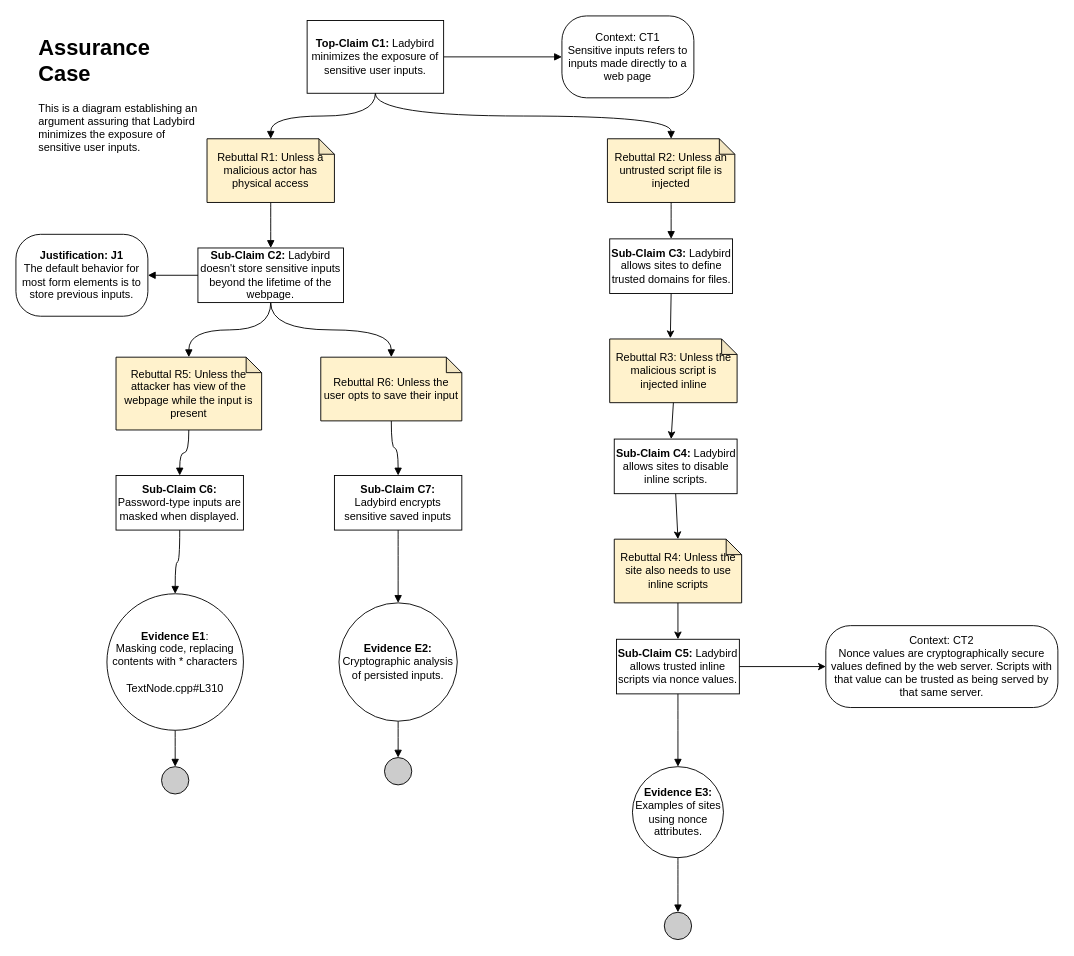
This is docs/assurance_cases/Protect_User_Inputs_Assurance_Case.drawio from chauler/CYBR8420-Team5-Project, a draw.io file, before an edit. Source tidied: cells renumbered, new cells numbered last; positions are measured from the earlier drawing's top-left corner, leaving out a move shared by most shapes. Both pictures are drawn from the tidied source at 91%, with x=0, y=0 at pixel (15, 15).
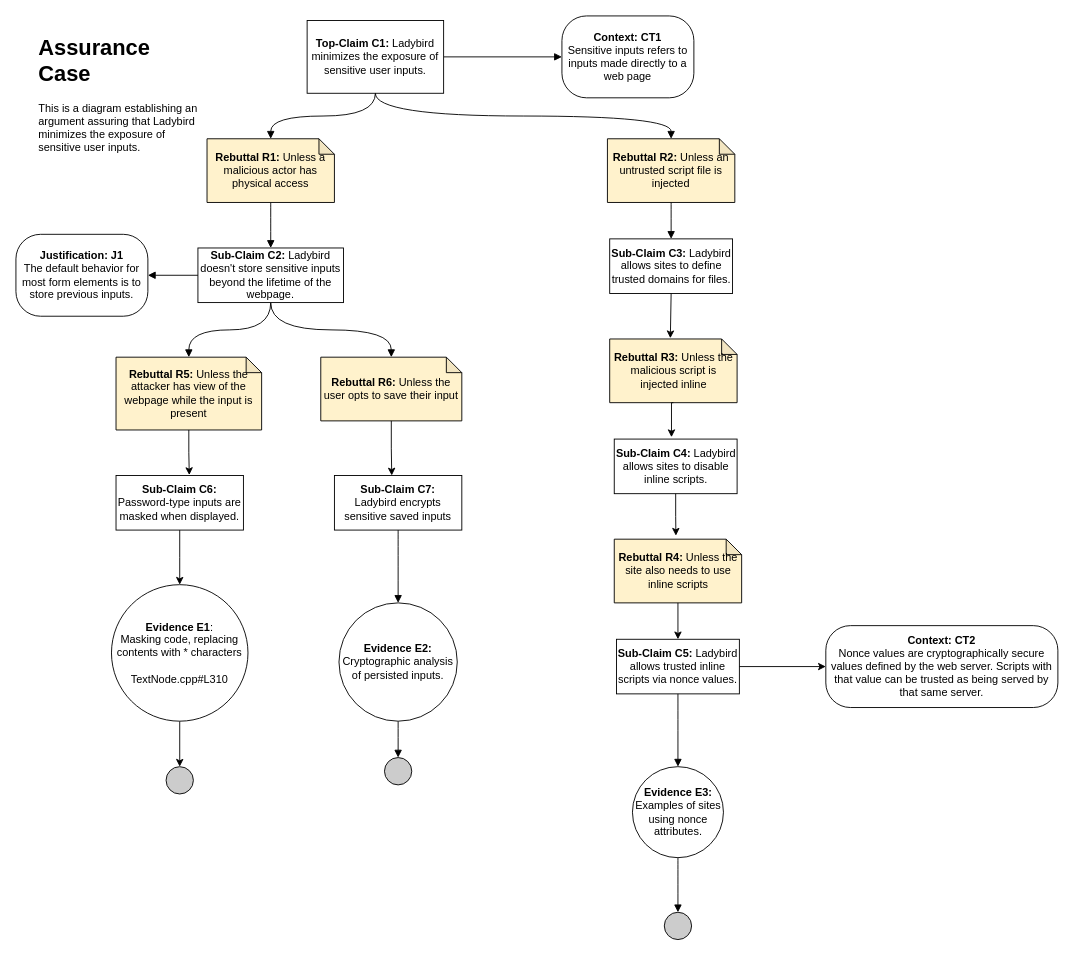
The same diagram, later.

Unchanged cells that the change refers to:
```xml
<mxCell id="17" value="&lt;div&gt;&lt;b&gt;Sub-Claim C6:&lt;/b&gt;&lt;/div&gt;&lt;div&gt;Password-type inputs are masked when displayed.&lt;/div&gt;" style="rounded=0;whiteSpace=wrap;html=1;" parent="1" vertex="1">
  <mxGeometry x="110" y="505" width="140" height="60" as="geometry" />
</mxCell>
<mxCell id="19" value="&lt;div&gt;&lt;b&gt;Sub-Claim C7:&lt;/b&gt;&lt;/div&gt;&lt;div&gt;Ladybird encrypts sensitive saved inputs&lt;/div&gt;" style="rounded=0;whiteSpace=wrap;html=1;" parent="1" vertex="1">
  <mxGeometry x="350" y="505" width="140" height="60" as="geometry" />
</mxCell>
<mxCell id="32" value="&lt;b&gt;Sub-Claim C4:&amp;nbsp;&lt;/b&gt;Ladybird allows sites to disable inline scripts." style="rounded=0;whiteSpace=wrap;html=1;" parent="1" vertex="1">
  <mxGeometry x="657.5" y="465" width="135" height="60" as="geometry" />
</mxCell>
```

Change to the diagram source:
```diff
@@
-    <mxCell id="6" value="Context: CT1&lt;br&gt;Sensitive inputs refers to inputs made directly to a web page" style="rounded=1;whiteSpace=wrap;html=1;arcSize=30;" parent="1" vertex="1">
+    <mxCell id="6" value="&lt;b&gt;Context: CT1&lt;/b&gt;&lt;br&gt;Sensitive inputs refers to inputs made directly to a web page" style="rounded=1;whiteSpace=wrap;html=1;arcSize=30;" parent="1" vertex="1">
       <mxGeometry x="600" width="145" height="90" as="geometry" />
     </mxCell>
@@
-    <mxCell id="8" value="Rebuttal R1: Unless a malicious actor has physical access" style="shape=note;whiteSpace=wrap;html=1;backgroundOutline=1;darkOpacity=0.05;size=17;fillColor=#FFF2CC;" parent="1" vertex="1">
+    <mxCell id="8" value="&lt;b&gt;Rebuttal R1:&lt;/b&gt; Unless a malicious actor has physical access" style="shape=note;whiteSpace=wrap;html=1;backgroundOutline=1;darkOpacity=0.05;size=17;fillColor=#FFF2CC;" parent="1" vertex="1">
       <mxGeometry x="210" y="135" width="140" height="70" as="geometry" />
     </mxCell>
@@
-    <mxCell id="12" style="edgeStyle=orthogonalEdgeStyle;curved=1;rounded=0;jettySize=auto;html=1;exitX=0.5;exitY=1;exitDx=0;exitDy=0;exitPerimeter=0;entryX=0.5;entryY=0;entryDx=0;entryDy=0;endArrow=block;endFill=1;" parent="1" edge="1" source="13" target="17">
-      <mxGeometry relative="1" as="geometry" />
-    </mxCell>
-    <mxCell id="13" value="Rebuttal R5: Unless the attacker has view of the webpage while the input is present" style="shape=note;whiteSpace=wrap;html=1;backgroundOutline=1;darkOpacity=0.05;size=17;fillColor=#FFF2CC;" parent="1" vertex="1">
+    <mxCell id="13" value="&lt;b&gt;Rebuttal R5:&lt;/b&gt; Unless the attacker has view of the webpage while the input is present" style="shape=note;whiteSpace=wrap;html=1;backgroundOutline=1;darkOpacity=0.05;size=17;fillColor=#FFF2CC;" parent="1" vertex="1">
       <mxGeometry x="110" y="375" width="160" height="80" as="geometry" />
     </mxCell>
-    <mxCell id="14" style="edgeStyle=orthogonalEdgeStyle;curved=1;rounded=0;jettySize=auto;html=1;endArrow=block;endFill=1;" parent="1" edge="1" source="15" target="19">
-      <mxGeometry relative="1" as="geometry" />
-    </mxCell>
-    <mxCell id="15" value="Rebuttal R6: Unless the user opts to save their input" style="shape=note;whiteSpace=wrap;html=1;backgroundOutline=1;darkOpacity=0.05;size=17;fillColor=#FFF2CC;" parent="1" vertex="1">
+    <mxCell id="15" value="&lt;b&gt;Rebuttal R6:&lt;/b&gt; Unless the user opts to save their input" style="shape=note;whiteSpace=wrap;html=1;backgroundOutline=1;darkOpacity=0.05;size=17;fillColor=#FFF2CC;" parent="1" vertex="1">
       <mxGeometry x="335" y="375" width="155" height="70" as="geometry" />
     </mxCell>
-    <mxCell id="16" style="edgeStyle=orthogonalEdgeStyle;curved=1;rounded=0;jettySize=auto;html=1;exitX=0.5;exitY=1;exitDx=0;exitDy=0;entryX=0.5;entryY=0;entryDx=0;entryDy=0;endArrow=block;endFill=1;" parent="1" edge="1" source="17" target="21">
-      <mxGeometry relative="1" as="geometry" />
-    </mxCell>
+    <mxCell id="46" style="edgeStyle=orthogonalEdgeStyle;rounded=0;jettySize=auto;html=1;exitX=0.5;exitY=1;exitDx=0;exitDy=0;" parent="1" edge="1" source="17">
+      <mxGeometry relative="1" as="geometry">
+        <mxPoint x="180" y="625" as="targetPoint" />
+      </mxGeometry>
+    </mxCell>
@@
-    <mxCell id="20" style="edgeStyle=orthogonalEdgeStyle;curved=1;rounded=0;jettySize=auto;html=1;entryX=0.5;entryY=0;entryDx=0;entryDy=0;endArrow=block;endFill=1;" parent="1" edge="1" source="21" target="22">
+    <mxCell id="20" style="edgeStyle=orthogonalEdgeStyle;rounded=0;jettySize=auto;html=1;exitX=0.5;exitY=1;exitDx=0;exitDy=0;entryX=0.5;entryY=0;entryDx=0;entryDy=0;" parent="1" edge="1" source="21" target="22">
       <mxGeometry relative="1" as="geometry" />
     </mxCell>
     <mxCell id="21" value="&lt;b&gt;Evidence E1&lt;/b&gt;:&lt;br&gt;&lt;div&gt;Masking code, replacing contents with * characters&lt;/div&gt;&lt;div&gt;&lt;br&gt;&lt;/div&gt;&lt;div&gt;TextNode.cpp#L310&lt;/div&gt;" style="ellipse;whiteSpace=wrap;html=1;fillColor=#ffffff;rounded=0;" parent="1" vertex="1">
-      <mxGeometry x="100" y="635" width="150" height="150" as="geometry" />
+      <mxGeometry x="105" y="625" width="150" height="150" as="geometry" />
     </mxCell>
     <mxCell id="22" style="ellipse;whiteSpace=wrap;html=1;fillColor=#CCCCCC;" parent="1" vertex="1">
-      <mxGeometry x="160" y="825" width="30" height="30" as="geometry" />
+      <mxGeometry x="165" y="825" width="30" height="30" as="geometry" />
     </mxCell>
@@
-    <mxCell id="26" value="Rebuttal R2: Unless an untrusted script file is injected" style="shape=note;whiteSpace=wrap;html=1;backgroundOutline=1;darkOpacity=0.05;size=17;fillColor=#FFF2CC;" parent="1" vertex="1">
+    <mxCell id="26" value="&lt;b&gt;Rebuttal R2:&lt;/b&gt; Unless an untrusted script file is injected" style="shape=note;whiteSpace=wrap;html=1;backgroundOutline=1;darkOpacity=0.05;size=17;fillColor=#FFF2CC;" parent="1" vertex="1">
       <mxGeometry x="650" y="135" width="140" height="70" as="geometry" />
     </mxCell>
@@
-    <mxCell id="30" value="Rebuttal R3: Unless the malicious script is injected inline" style="shape=note;whiteSpace=wrap;html=1;backgroundOutline=1;darkOpacity=0.05;size=17;fillColor=#FFF2CC;" parent="1" vertex="1">
+    <mxCell id="30" value="&lt;b&gt;Rebuttal R3: &lt;/b&gt;Unless the malicious script is injected inline" style="shape=note;whiteSpace=wrap;html=1;backgroundOutline=1;darkOpacity=0.05;size=17;fillColor=#FFF2CC;" parent="1" vertex="1">
       <mxGeometry x="652.5" y="355" width="140" height="70" as="geometry" />
     </mxCell>
@@
-    <mxCell id="33" style="endArrow=classic;html=1;rounded=0;exitX=0.5;exitY=1;exitDx=0;exitDy=0;exitPerimeter=0;entryX=0.463;entryY=0;entryDx=0;entryDy=0;entryPerimeter=0;" parent="1" edge="1" source="30" target="32">
-      <mxGeometry relative="1" as="geometry" />
-    </mxCell>
-    <mxCell id="34" value="Rebuttal R4: Unless the site also needs to use inline scripts" style="shape=note;whiteSpace=wrap;html=1;backgroundOutline=1;darkOpacity=0.05;size=17;fillColor=#FFF2CC;" parent="1" vertex="1">
+    <mxCell id="34" value="&lt;b&gt;Rebuttal R4: &lt;/b&gt;Unless the site also needs to use inline scripts" style="shape=note;whiteSpace=wrap;html=1;backgroundOutline=1;darkOpacity=0.05;size=17;fillColor=#FFF2CC;" parent="1" vertex="1">
       <mxGeometry x="657.5" y="575" width="140" height="70" as="geometry" />
     </mxCell>
-    <mxCell id="35" style="endArrow=classic;html=1;rounded=0;exitX=0.5;exitY=1;exitDx=0;exitDy=0;entryX=0.5;entryY=0;entryDx=0;entryDy=0;entryPerimeter=0;" parent="1" edge="1" source="32" target="34">
-      <mxGeometry relative="1" as="geometry" />
-    </mxCell>
@@
-    <mxCell id="38" value="&lt;div&gt;Context: CT2&lt;/div&gt;&lt;div&gt;Nonce values are cryptographically secure values defined by the web server. Scripts with that value can be trusted as being served by that same server.&lt;/div&gt;" style="rounded=1;whiteSpace=wrap;html=1;arcSize=30;" parent="1" vertex="1">
+    <mxCell id="38" value="&lt;div&gt;&lt;b&gt;Context: CT2&lt;/b&gt;&lt;/div&gt;&lt;div&gt;Nonce values are cryptographically secure values defined by the web server. Scripts with that value can be trusted as being served by that same server.&lt;/div&gt;" style="rounded=1;whiteSpace=wrap;html=1;arcSize=30;" parent="1" vertex="1">
       <mxGeometry x="890" y="670" width="255" height="90" as="geometry" />
     </mxCell>
@@
+    <mxCell id="12" style="edgeStyle=orthogonalEdgeStyle;rounded=0;jettySize=auto;html=1;exitX=0.5;exitY=1;exitDx=0;exitDy=0;exitPerimeter=0;entryX=0.575;entryY=-0.008;entryDx=0;entryDy=0;entryPerimeter=0;" parent="1" edge="1" source="13" target="17">
+      <mxGeometry relative="1" as="geometry" />
+    </mxCell>
+    <mxCell id="14" style="edgeStyle=orthogonalEdgeStyle;rounded=0;jettySize=auto;html=1;exitX=0.5;exitY=1;exitDx=0;exitDy=0;exitPerimeter=0;entryX=0.45;entryY=0;entryDx=0;entryDy=0;entryPerimeter=0;" parent="1" edge="1" source="15" target="19">
+      <mxGeometry relative="1" as="geometry" />
+    </mxCell>
+    <mxCell id="33" style="edgeStyle=orthogonalEdgeStyle;rounded=0;jettySize=auto;html=1;exitX=0.5;exitY=1;exitDx=0;exitDy=0;exitPerimeter=0;entryX=0.466;entryY=-0.035;entryDx=0;entryDy=0;entryPerimeter=0;" parent="1" edge="1" source="30" target="32">
+      <mxGeometry relative="1" as="geometry" />
+    </mxCell>
+    <mxCell id="35" style="edgeStyle=orthogonalEdgeStyle;rounded=0;jettySize=auto;html=1;exitX=0.5;exitY=1;exitDx=0;exitDy=0;entryX=0.484;entryY=-0.055;entryDx=0;entryDy=0;entryPerimeter=0;" parent="1" edge="1" source="32" target="34">
+      <mxGeometry relative="1" as="geometry" />
+    </mxCell>
```
